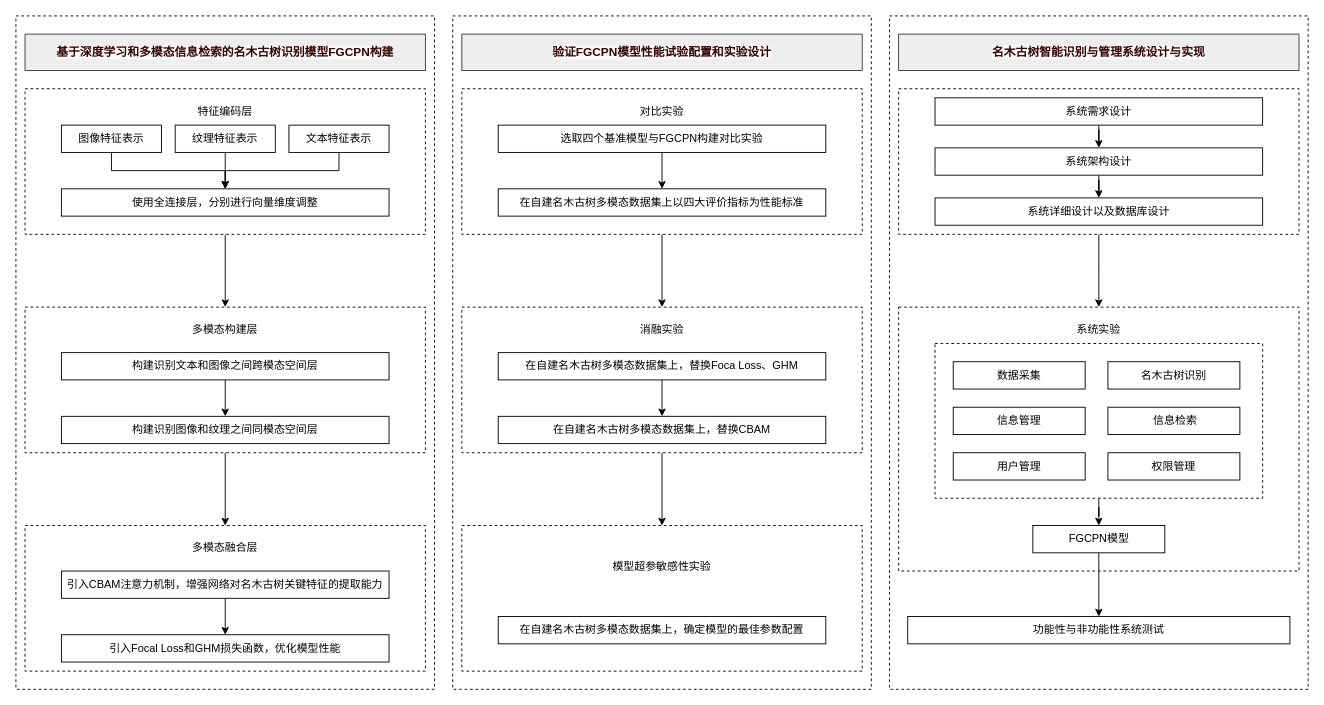
This is 论文/第1章/第一章.drawio from ssl1995/draw, a draw.io file, before an edit. Source tidied: cells renumbered, new cells numbered last; positions are measured from the earlier drawing's top-left corner, leaving out a move shared by most shapes. Both pictures are drawn from the tidied source at 91%, with x=0, y=0 at pixel (15, 15).
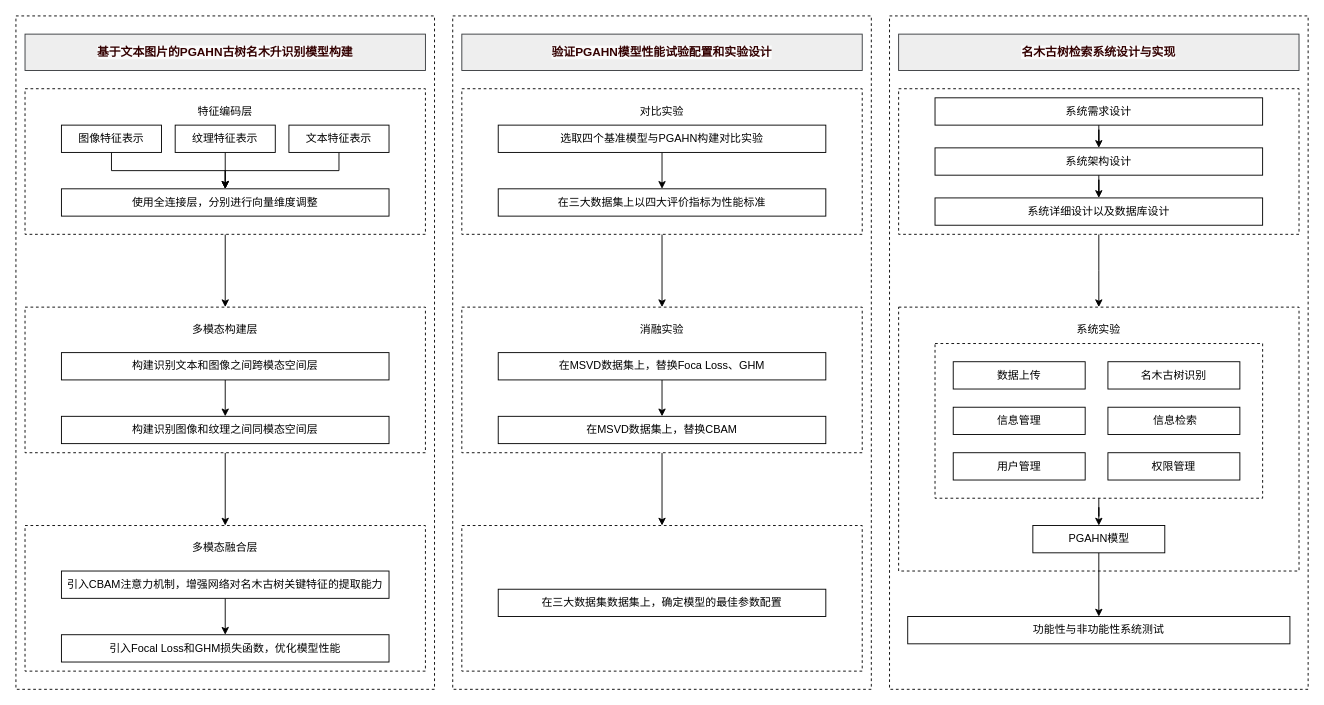
After the change.

Change to the diagram source:
```diff
@@
-    <mxCell id="8" value="&lt;div style=&quot;text-align: left;&quot;&gt;&lt;font face=&quot;微软雅黑&quot; style=&quot;color: rgb(51, 0, 0);&quot;&gt;&lt;span style=&quot;font-size: 13px; caret-color: rgb(231, 79, 76); background-color: rgb(250, 250, 250);&quot;&gt;&lt;span style=&quot;&quot;&gt;基于深度学习和多模态信息检索的名木古树识别模型FGCPN构建&lt;/span&gt;&lt;/span&gt;&lt;/font&gt;&lt;/div&gt;" style="rounded=0;whiteSpace=wrap;html=1;fontStyle=1;fillColor=#eeeeee;strokeColor=#36393d;" parent="1" vertex="1">
+    <mxCell id="8" value="&lt;div style=&quot;text-align: left;&quot;&gt;&lt;font face=&quot;微软雅黑&quot; style=&quot;color: rgb(51, 0, 0);&quot;&gt;&lt;span style=&quot;font-size: 13px; caret-color: rgb(231, 79, 76); background-color: rgb(250, 250, 250);&quot;&gt;&lt;span style=&quot;&quot;&gt;基于文本图片的PGAHN古树名木升识别模型构建&lt;/span&gt;&lt;/span&gt;&lt;/font&gt;&lt;/div&gt;" style="rounded=0;whiteSpace=wrap;html=1;fontStyle=1;fillColor=#eeeeee;strokeColor=#36393d;" parent="1" vertex="1">
       <mxGeometry x="10" y="20" width="440" height="40" as="geometry" />
     </mxCell>
@@
-    <mxCell id="30" value="&lt;div style=&quot;text-align: left;&quot;&gt;&lt;font color=&quot;#330000&quot; face=&quot;微软雅黑&quot;&gt;&lt;span style=&quot;font-size: 13px; caret-color: rgb(231, 79, 76); background-color: rgb(250, 250, 250);&quot;&gt;&lt;span&gt;验证FGCPN模型性能试验配置和实验设计&lt;/span&gt;&lt;/span&gt;&lt;/font&gt;&lt;/div&gt;" style="rounded=0;whiteSpace=wrap;html=1;fillColor=#eeeeee;strokeColor=#36393d;fontStyle=1;" parent="1" vertex="1">
+    <mxCell id="30" value="&lt;div style=&quot;text-align: left;&quot;&gt;&lt;font color=&quot;#330000&quot; face=&quot;微软雅黑&quot;&gt;&lt;span style=&quot;font-size: 13px; caret-color: rgb(231, 79, 76); background-color: rgb(250, 250, 250);&quot;&gt;&lt;span&gt;验证PGAHN模型性能试验配置和实验设计&lt;/span&gt;&lt;/span&gt;&lt;/font&gt;&lt;/div&gt;" style="rounded=0;whiteSpace=wrap;html=1;fillColor=#eeeeee;strokeColor=#36393d;fontStyle=1;" parent="1" vertex="1">
       <mxGeometry x="490" y="20" width="440" height="40" as="geometry" />
     </mxCell>
@@
-    <mxCell id="35" value="选取四个基准模型与FGCPN构建对比实验" style="rounded=0;whiteSpace=wrap;html=1;" parent="1" vertex="1">
+    <mxCell id="35" value="选取四个基准模型与PGAHN构建对比实验" style="rounded=0;whiteSpace=wrap;html=1;" parent="1" vertex="1">
       <mxGeometry x="530" y="120" width="360" height="30" as="geometry" />
     </mxCell>
-    <mxCell id="36" value="在自建名木古树多模态数据集上以四大评价指标为性能标准" style="rounded=0;whiteSpace=wrap;html=1;" parent="1" vertex="1">
+    <mxCell id="36" value="在三大数据集上以四大评价指标为性能标准" style="rounded=0;whiteSpace=wrap;html=1;" parent="1" vertex="1">
       <mxGeometry x="530" y="190" width="360" height="30" as="geometry" />
     </mxCell>
@@
-    <mxCell id="41" value="在自建名木古树多模态数据集上，替换Foca Loss、GHM" style="rounded=0;whiteSpace=wrap;html=1;" parent="1" vertex="1">
+    <mxCell id="41" value="在MSVD数据集上，替换Foca Loss、GHM" style="rounded=0;whiteSpace=wrap;html=1;" parent="1" vertex="1">
       <mxGeometry x="530" y="370" width="360" height="30" as="geometry" />
     </mxCell>
-    <mxCell id="42" value="在自建名木古树多模态数据集上，替换CBAM" style="rounded=0;whiteSpace=wrap;html=1;" parent="1" vertex="1">
+    <mxCell id="42" value="在MSVD数据集上，替换CBAM" style="rounded=0;whiteSpace=wrap;html=1;" parent="1" vertex="1">
       <mxGeometry x="530" y="440" width="360" height="30" as="geometry" />
     </mxCell>
@@
-    <mxCell id="44" value="模型超参敏感性实验" style="rounded=0;whiteSpace=wrap;html=1;strokeColor=none;" parent="1" vertex="1">
-      <mxGeometry x="650" y="590" width="120" height="30" as="geometry" />
-    </mxCell>
-    <mxCell id="45" value="在自建名木古树多模态数据集上，确定模型的最佳参数配置" style="rounded=0;whiteSpace=wrap;html=1;" parent="1" vertex="1">
-      <mxGeometry x="530" y="660" width="360" height="30" as="geometry" />
+    <mxCell id="45" value="在三大数据集数据集上，确定模型的最佳参数配置" style="rounded=0;whiteSpace=wrap;html=1;" parent="1" vertex="1">
+      <mxGeometry x="530" y="630" width="360" height="30" as="geometry" />
     </mxCell>
-    <mxCell id="46" value="&lt;div style=&quot;text-align: left;&quot;&gt;&lt;font color=&quot;#330000&quot; face=&quot;微软雅黑&quot;&gt;&lt;span style=&quot;font-size: 13px; caret-color: rgb(231, 79, 76); background-color: rgb(250, 250, 250);&quot;&gt;&lt;span&gt;名木古树智能识别与管理系统设计与实现&lt;/span&gt;&lt;/span&gt;&lt;/font&gt;&lt;/div&gt;" style="rounded=0;whiteSpace=wrap;html=1;fillColor=#eeeeee;strokeColor=#36393d;fontStyle=1;" parent="1" vertex="1">
+    <mxCell id="46" value="&lt;div style=&quot;text-align: left;&quot;&gt;&lt;font color=&quot;#330000&quot; face=&quot;微软雅黑&quot;&gt;&lt;span style=&quot;font-size: 13px; caret-color: rgb(231, 79, 76); background-color: rgb(250, 250, 250);&quot;&gt;&lt;span&gt;名木古树检索系统设计与实现&lt;/span&gt;&lt;/span&gt;&lt;/font&gt;&lt;/div&gt;" style="rounded=0;whiteSpace=wrap;html=1;fillColor=#eeeeee;strokeColor=#36393d;fontStyle=1;" parent="1" vertex="1">
       <mxGeometry x="970" y="20" width="440" height="40" as="geometry" />
     </mxCell>
@@
-    <mxCell id="55" value="数据采集" style="rounded=0;whiteSpace=wrap;html=1;" parent="1" vertex="1">
+    <mxCell id="55" value="数据上传" style="rounded=0;whiteSpace=wrap;html=1;" parent="1" vertex="1">
       <mxGeometry x="1030" y="380" width="145" height="30" as="geometry" />
     </mxCell>
@@
-    <mxCell id="62" value="FGCPN模型" style="rounded=0;whiteSpace=wrap;html=1;" parent="1" vertex="1">
+    <mxCell id="62" value="PGAHN模型" style="rounded=0;whiteSpace=wrap;html=1;" parent="1" vertex="1">
       <mxGeometry x="1117.5" y="560" width="145" height="30" as="geometry" />
     </mxCell>
```
